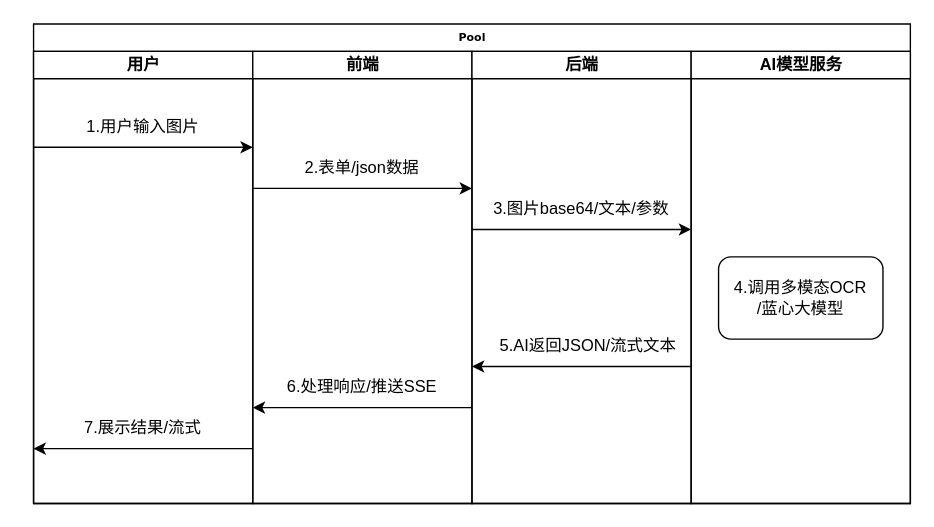
Earlier version of the draw.io diagram profile/数据流程图.drawio (ElectricMs/202504_AIGC). Source tidied: cells renumbered, new cells numbered last; positions are measured from the earlier drawing's top-left corner, leaving out a move shared by most shapes. Both pictures are drawn from the tidied source at 137%, with x=0, y=0 at pixel (33, 23).
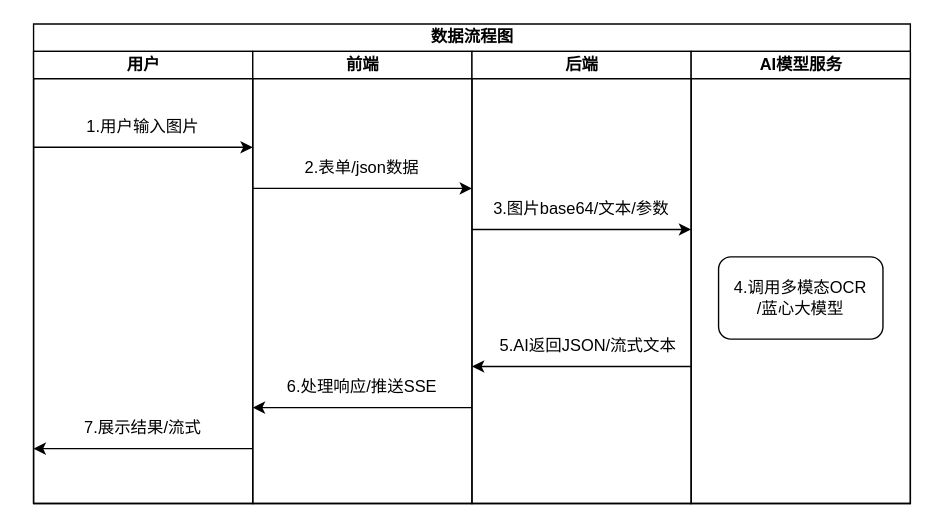
Above is the later version.

Commit message (it also covers changes not shown here):
更新数据流程图.drawio

Diff of the diagram source:
```diff
@@
-    <mxCell id="2" value="Pool" style="swimlane;html=1;startSize=20;rounded=0;shadow=0;labelBackgroundColor=none;strokeWidth=1;fontFamily=Verdana;fontSize=8;align=center;" parent="1" vertex="1">
+    <mxCell id="2" value="&lt;font style=&quot;font-size: 12px;&quot;&gt;数据流程图&lt;/font&gt;" style="swimlane;html=1;startSize=20;rounded=0;shadow=0;labelBackgroundColor=none;strokeWidth=1;fontFamily=Verdana;fontSize=8;align=center;" parent="1" vertex="1">
       <mxGeometry width="640" height="350" as="geometry" />
     </mxCell>
```
